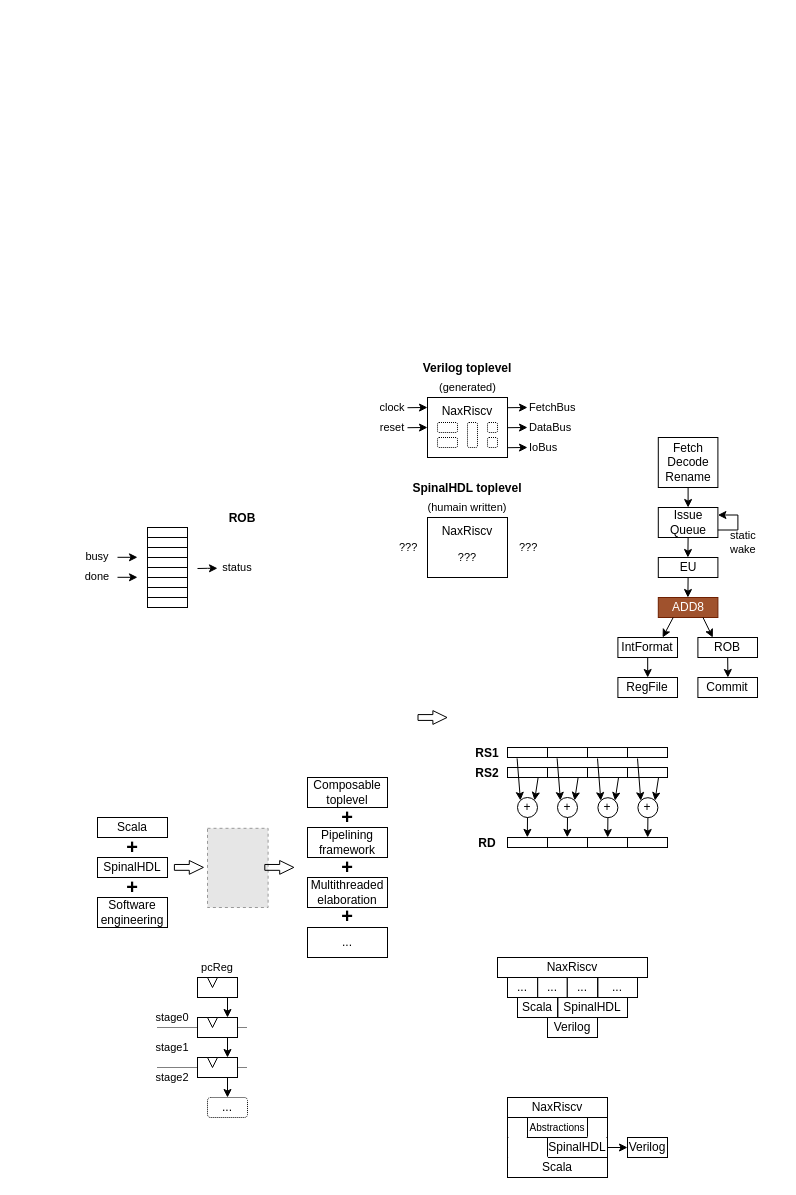
Earlier version of the draw.io diagram page "misc" (10 of 10) of source/asset/miaou.drawio (SpinalHDL/NaxRiscv-Rtd). Source tidied: cells renumbered, new cells numbered last; positions are measured from the earlier drawing's top-left corner, leaving out a move shared by most shapes. Both pictures are drawn from the tidied source at 100%, with x=0, y=0 at pixel (77, 357). Pictures stored in the file or linked from it are replaced by grey dashed boxes.
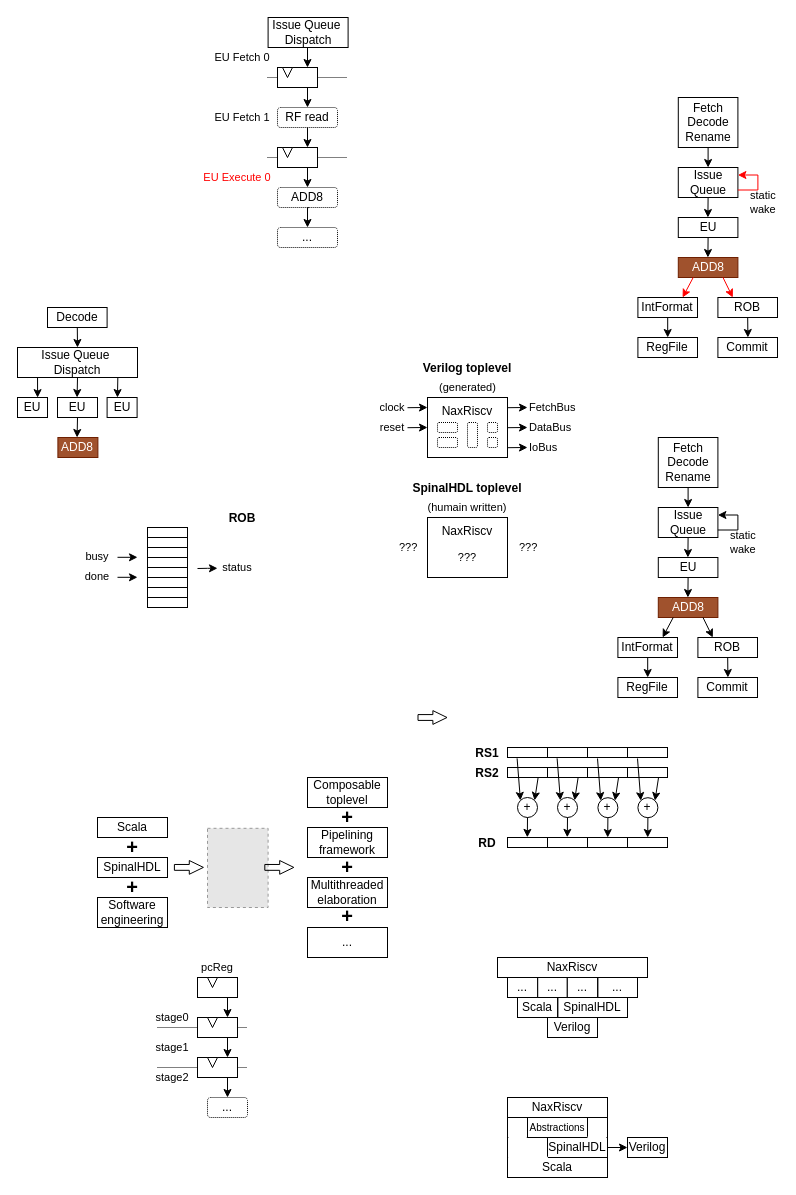
The same page after the edit.

Commit message:
diagram sync

The edit, as a diff of the source:
```diff
@@
+    <mxCell id="146" style="endArrow=none;html=1;rounded=0;dashed=1;dashPattern=1 1;" parent="1" edge="1">
+      <mxGeometry relative="1" as="geometry">
+        <mxPoint x="190" y="-280" as="sourcePoint" />
+        <mxPoint x="270" y="-280" as="targetPoint" />
+      </mxGeometry>
+    </mxCell>
@@
+    <mxCell id="147" value="EU" style="rounded=0;whiteSpace=wrap;html=1;" parent="1" vertex="1">
+      <mxGeometry x="-20" y="40" width="40" height="20" as="geometry" />
+    </mxCell>
+    <mxCell id="148" value="ADD8" style="rounded=0;whiteSpace=wrap;html=1;fillColor=#a0522d;fontColor=#ffffff;strokeColor=#6D1F00;" parent="1" vertex="1">
+      <mxGeometry x="-19.6" y="80" width="40" height="20" as="geometry" />
+    </mxCell>
+    <mxCell id="149" style="edgeStyle=orthogonalEdgeStyle;rounded=0;jettySize=auto;html=1;fontSize=12;startArrow=none;startFill=0;endArrow=classic;endFill=1;exitX=0.5;exitY=1;exitDx=0;exitDy=0;" parent="1" edge="1" source="147">
+      <mxGeometry relative="1" as="geometry">
+        <mxPoint x="-0.4" y="80" as="targetPoint" />
+      </mxGeometry>
+    </mxCell>
+    <mxCell id="150" value="Issue Queue&amp;nbsp; Dispatch" style="rounded=0;whiteSpace=wrap;html=1;" parent="1" vertex="1">
+      <mxGeometry x="-60" y="-10" width="120" height="30" as="geometry" />
+    </mxCell>
+    <mxCell id="151" style="edgeStyle=orthogonalEdgeStyle;rounded=0;jettySize=auto;html=1;fontSize=12;startArrow=none;startFill=0;endArrow=classic;endFill=1;exitX=0.5;exitY=1;exitDx=0;exitDy=0;" parent="1" edge="1" source="150">
+      <mxGeometry relative="1" as="geometry">
+        <mxPoint x="-0.4" y="40" as="targetPoint" />
+      </mxGeometry>
+    </mxCell>
+    <mxCell id="152" value="Decode" style="rounded=0;whiteSpace=wrap;html=1;" parent="1" vertex="1">
+      <mxGeometry x="-30" y="-50" width="59.6" height="20" as="geometry" />
+    </mxCell>
+    <mxCell id="153" style="edgeStyle=orthogonalEdgeStyle;rounded=0;jettySize=auto;html=1;fontSize=12;startArrow=none;startFill=0;endArrow=classic;endFill=1;exitX=0.5;exitY=1;exitDx=0;exitDy=0;entryX=0.5;entryY=0;entryDx=0;entryDy=0;" parent="1" edge="1" source="152" target="150">
+      <mxGeometry relative="1" as="geometry" />
+    </mxCell>
+    <mxCell id="154" value="EU" style="rounded=0;whiteSpace=wrap;html=1;" parent="1" vertex="1">
+      <mxGeometry x="29.6" y="40" width="30" height="20" as="geometry" />
+    </mxCell>
+    <mxCell id="155" value="EU" style="rounded=0;whiteSpace=wrap;html=1;" parent="1" vertex="1">
+      <mxGeometry x="-60" y="40" width="30" height="20" as="geometry" />
+    </mxCell>
+    <mxCell id="156" style="rounded=0;jettySize=auto;html=1;fontSize=12;startArrow=none;startFill=0;endArrow=classic;endFill=1;exitX=0.167;exitY=1.009;exitDx=0;exitDy=0;entryX=0.67;entryY=0.007;entryDx=0;entryDy=0;exitPerimeter=0;entryPerimeter=0;" parent="1" edge="1" source="150" target="155">
+      <mxGeometry relative="1" as="geometry" />
+    </mxCell>
+    <mxCell id="157" style="rounded=0;jettySize=auto;html=1;fontSize=12;startArrow=none;startFill=0;endArrow=classic;endFill=1;exitX=0.836;exitY=1.011;exitDx=0;exitDy=0;entryX=0.345;entryY=0.002;entryDx=0;entryDy=0;exitPerimeter=0;entryPerimeter=0;" parent="1" edge="1" source="150" target="154">
+      <mxGeometry relative="1" as="geometry" />
+    </mxCell>
+    <mxCell id="158" value="EU" style="rounded=0;whiteSpace=wrap;html=1;" parent="1" vertex="1">
+      <mxGeometry x="600.8" y="-140" width="59.6" height="20" as="geometry" />
+    </mxCell>
+    <mxCell id="159" value="ADD8" style="rounded=0;whiteSpace=wrap;html=1;fillColor=#a0522d;fontColor=#ffffff;strokeColor=#6D1F00;" parent="1" vertex="1">
+      <mxGeometry x="600.8" y="-100" width="59.6" height="20" as="geometry" />
+    </mxCell>
+    <mxCell id="160" value="IntFormat" style="rounded=0;whiteSpace=wrap;html=1;" parent="1" vertex="1">
+      <mxGeometry x="560.4" y="-60" width="59.6" height="20" as="geometry" />
+    </mxCell>
+    <mxCell id="161" style="edgeStyle=orthogonalEdgeStyle;rounded=0;jettySize=auto;html=1;fontSize=12;startArrow=none;startFill=0;endArrow=classic;endFill=1;exitX=0.5;exitY=1;exitDx=0;exitDy=0;" parent="1" edge="1" source="158">
+      <mxGeometry relative="1" as="geometry">
+        <mxPoint x="630.4" y="-100" as="targetPoint" />
+      </mxGeometry>
+    </mxCell>
+    <mxCell id="162" style="rounded=0;jettySize=auto;html=1;fontSize=12;startArrow=none;startFill=0;endArrow=classic;endFill=1;exitX=0.25;exitY=1;exitDx=0;exitDy=0;entryX=0.75;entryY=0;entryDx=0;entryDy=0;strokeColor=#FF0000;" parent="1" edge="1" source="159" target="160">
+      <mxGeometry relative="1" as="geometry" />
+    </mxCell>
+    <mxCell id="163" value="RegFile" style="rounded=0;whiteSpace=wrap;html=1;" parent="1" vertex="1">
+      <mxGeometry x="560.4" y="-20" width="59.6" height="20" as="geometry" />
+    </mxCell>
+    <mxCell id="164" style="edgeStyle=orthogonalEdgeStyle;rounded=0;orthogonalLoop=1;jettySize=auto;html=1;fontSize=12;startArrow=none;startFill=0;endArrow=classic;endFill=1;exitX=0.5;exitY=1;exitDx=0;exitDy=0;entryX=0.5;entryY=0;entryDx=0;entryDy=0;" parent="1" edge="1">
+      <mxGeometry relative="1" as="geometry">
+        <mxPoint x="590.2" y="-40" as="sourcePoint" />
+        <mxPoint x="590.2" y="-20" as="targetPoint" />
+      </mxGeometry>
+    </mxCell>
+    <mxCell id="165" value="Issue Queue" style="rounded=0;whiteSpace=wrap;html=1;" parent="1" vertex="1">
+      <mxGeometry x="600.8" y="-190" width="59.6" height="30" as="geometry" />
+    </mxCell>
+    <mxCell id="166" style="edgeStyle=orthogonalEdgeStyle;rounded=0;jettySize=auto;html=1;fontSize=12;startArrow=none;startFill=0;endArrow=classic;endFill=1;exitX=0.5;exitY=1;exitDx=0;exitDy=0;" parent="1" edge="1" source="165">
+      <mxGeometry relative="1" as="geometry">
+        <mxPoint x="630.4" y="-140" as="targetPoint" />
+      </mxGeometry>
+    </mxCell>
+    <mxCell id="167" style="edgeStyle=elbowEdgeStyle;rounded=0;orthogonalLoop=1;jettySize=auto;html=1;fontSize=12;startArrow=none;startFill=0;endArrow=classic;endFill=1;exitX=1;exitY=0.75;exitDx=0;exitDy=0;entryX=1;entryY=0.25;entryDx=0;entryDy=0;strokeColor=#FF0000;" parent="1" edge="1" source="165" target="165">
+      <mxGeometry relative="1" as="geometry">
+        <Array as="points">
+          <mxPoint x="680.4" y="-175" />
+          <mxPoint x="680.4" y="-175" />
+        </Array>
+      </mxGeometry>
+    </mxCell>
+    <mxCell id="168" value="ROB" style="rounded=0;whiteSpace=wrap;html=1;" parent="1" vertex="1">
+      <mxGeometry x="640.4" y="-60" width="59.6" height="20" as="geometry" />
+    </mxCell>
+    <mxCell id="169" value="Commit" style="rounded=0;whiteSpace=wrap;html=1;" parent="1" vertex="1">
+      <mxGeometry x="640.4" y="-20" width="59.6" height="20" as="geometry" />
+    </mxCell>
+    <mxCell id="170" style="rounded=0;jettySize=auto;html=1;fontSize=12;startArrow=none;startFill=0;endArrow=classic;endFill=1;exitX=0.75;exitY=1;exitDx=0;exitDy=0;entryX=0.25;entryY=0;entryDx=0;entryDy=0;strokeColor=#FF0000;" parent="1" edge="1" source="159" target="168">
+      <mxGeometry relative="1" as="geometry" />
+    </mxCell>
+    <mxCell id="171" style="edgeStyle=orthogonalEdgeStyle;rounded=0;jettySize=auto;html=1;fontSize=12;startArrow=none;startFill=0;endArrow=classic;endFill=1;exitX=0.5;exitY=1;exitDx=0;exitDy=0;" parent="1" edge="1" source="168">
+      <mxGeometry relative="1" as="geometry">
+        <mxPoint x="670.4" y="-20" as="targetPoint" />
+      </mxGeometry>
+    </mxCell>
+    <mxCell id="172" value="static wake" style="text;html=1;strokeColor=none;fillColor=none;align=left;verticalAlign=middle;whiteSpace=wrap;rounded=0;dashed=1;dashPattern=1 1;labelBackgroundColor=none;fontSize=11;" parent="1" vertex="1">
+      <mxGeometry x="670.8" y="-165" width="30" height="20" as="geometry" />
+    </mxCell>
+    <mxCell id="173" value="Fetch&lt;br&gt;Decode Rename" style="rounded=0;whiteSpace=wrap;html=1;" parent="1" vertex="1">
+      <mxGeometry x="600.8" y="-260" width="59.6" height="50" as="geometry" />
+    </mxCell>
+    <mxCell id="174" style="edgeStyle=orthogonalEdgeStyle;rounded=0;jettySize=auto;html=1;fontSize=12;startArrow=none;startFill=0;endArrow=classic;endFill=1;exitX=0.5;exitY=1;exitDx=0;exitDy=0;entryX=0.5;entryY=0;entryDx=0;entryDy=0;" parent="1" edge="1" source="173" target="165">
+      <mxGeometry relative="1" as="geometry" />
+    </mxCell>
+    <mxCell id="175" style="group;" parent="1" vertex="1">
+      <mxGeometry x="200" y="-290" width="40" height="20" as="geometry" />
+    </mxCell>
+    <mxCell id="176" style="rounded=0;whiteSpace=wrap;html=1;" parent="175" vertex="1">
+      <mxGeometry width="40" height="20" as="geometry" />
+    </mxCell>
+    <mxCell id="177" style="triangle;whiteSpace=wrap;html=1;rotation=90;" parent="175" vertex="1">
+      <mxGeometry x="5" width="10" height="10" as="geometry" />
+    </mxCell>
+    <mxCell id="178" value="EU Fetch 0" style="text;html=1;strokeColor=none;fillColor=none;align=center;verticalAlign=middle;whiteSpace=wrap;rounded=0;dashed=1;dashPattern=1 1;labelBackgroundColor=none;fontSize=11;" parent="1" vertex="1">
+      <mxGeometry x="130" y="-310" width="70" height="20" as="geometry" />
+    </mxCell>
+    <mxCell id="179" value="Issue Queue&amp;nbsp; Dispatch" style="rounded=0;whiteSpace=wrap;html=1;" parent="1" vertex="1">
+      <mxGeometry x="190.6" y="-340" width="80" height="30" as="geometry" />
+    </mxCell>
+    <mxCell id="180" style="edgeStyle=orthogonalEdgeStyle;rounded=0;jettySize=auto;html=1;fontSize=12;startArrow=none;startFill=0;endArrow=classic;endFill=1;entryX=0.75;entryY=0;entryDx=0;entryDy=0;" parent="1" edge="1" target="176">
+      <mxGeometry relative="1" as="geometry">
+        <mxPoint x="230" y="-310" as="sourcePoint" />
+      </mxGeometry>
+    </mxCell>
+    <mxCell id="181" value="&lt;span style=&quot;font-size: 12px&quot;&gt;RF read&lt;/span&gt;" style="rounded=1;whiteSpace=wrap;html=1;fontSize=8;strokeWidth=1;dashed=1;dashPattern=1 1;" parent="1" vertex="1">
+      <mxGeometry x="200" y="-250" width="60" height="20" as="geometry" />
+    </mxCell>
+    <mxCell id="182" style="edgeStyle=orthogonalEdgeStyle;rounded=0;jettySize=auto;html=1;fontSize=12;startArrow=none;startFill=0;endArrow=classic;endFill=1;entryX=0.5;entryY=0;entryDx=0;entryDy=0;exitX=0.75;exitY=1;exitDx=0;exitDy=0;" parent="1" edge="1" source="176" target="181">
+      <mxGeometry relative="1" as="geometry" />
+    </mxCell>
+    <mxCell id="183" style="endArrow=none;html=1;rounded=0;dashed=1;dashPattern=1 1;" parent="1" edge="1">
+      <mxGeometry relative="1" as="geometry">
+        <mxPoint x="190" y="-200" as="sourcePoint" />
+        <mxPoint x="270" y="-200" as="targetPoint" />
+      </mxGeometry>
+    </mxCell>
+    <mxCell id="184" style="group;" parent="1" vertex="1">
+      <mxGeometry x="200" y="-210" width="40" height="20" as="geometry" />
+    </mxCell>
+    <mxCell id="185" style="rounded=0;whiteSpace=wrap;html=1;" parent="184" vertex="1">
+      <mxGeometry width="40" height="20" as="geometry" />
+    </mxCell>
+    <mxCell id="186" style="triangle;whiteSpace=wrap;html=1;rotation=90;" parent="184" vertex="1">
+      <mxGeometry x="5" width="10" height="10" as="geometry" />
+    </mxCell>
+    <mxCell id="187" value="EU Fetch 1" style="text;html=1;strokeColor=none;fillColor=none;align=center;verticalAlign=middle;whiteSpace=wrap;rounded=0;dashed=1;dashPattern=1 1;labelBackgroundColor=none;fontSize=11;" parent="1" vertex="1">
+      <mxGeometry x="130" y="-250" width="70" height="20" as="geometry" />
+    </mxCell>
+    <mxCell id="188" style="edgeStyle=orthogonalEdgeStyle;rounded=0;jettySize=auto;html=1;fontSize=12;startArrow=none;startFill=0;endArrow=classic;endFill=1;entryX=0.75;entryY=0;entryDx=0;entryDy=0;" parent="1" edge="1" target="185">
+      <mxGeometry relative="1" as="geometry">
+        <mxPoint x="230" y="-230" as="sourcePoint" />
+      </mxGeometry>
+    </mxCell>
+    <mxCell id="189" value="&lt;span style=&quot;font-size: 12px&quot;&gt;ADD8&lt;/span&gt;" style="rounded=1;whiteSpace=wrap;html=1;fontSize=8;strokeWidth=1;dashed=1;dashPattern=1 1;" parent="1" vertex="1">
+      <mxGeometry x="200" y="-170" width="60" height="20" as="geometry" />
+    </mxCell>
+    <mxCell id="190" style="edgeStyle=orthogonalEdgeStyle;rounded=0;jettySize=auto;html=1;fontSize=12;startArrow=none;startFill=0;endArrow=classic;endFill=1;entryX=0.5;entryY=0;entryDx=0;entryDy=0;exitX=0.75;exitY=1;exitDx=0;exitDy=0;" parent="1" edge="1" source="185" target="189">
+      <mxGeometry relative="1" as="geometry" />
+    </mxCell>
+    <mxCell id="191" value="EU Execute 0" style="text;html=1;strokeColor=none;fillColor=none;align=center;verticalAlign=middle;whiteSpace=wrap;rounded=0;dashed=1;dashPattern=1 1;labelBackgroundColor=none;fontSize=11;fontColor=#FF0000;" parent="1" vertex="1">
+      <mxGeometry x="120" y="-190" width="80" height="20" as="geometry" />
+    </mxCell>
+    <mxCell id="192" style="edgeStyle=orthogonalEdgeStyle;rounded=0;jettySize=auto;html=1;fontSize=12;startArrow=none;startFill=0;endArrow=classic;endFill=1;exitX=0.524;exitY=1.006;exitDx=0;exitDy=0;exitPerimeter=0;" parent="1" edge="1" source="189">
+      <mxGeometry relative="1" as="geometry">
+        <mxPoint x="230" y="-130" as="targetPoint" />
+      </mxGeometry>
+    </mxCell>
+    <mxCell id="193" value="&lt;span style=&quot;font-size: 12px&quot;&gt;...&lt;/span&gt;" style="rounded=1;whiteSpace=wrap;html=1;fontSize=8;strokeWidth=1;dashed=1;dashPattern=1 1;" parent="1" vertex="1">
+      <mxGeometry x="200" y="-130" width="60" height="20" as="geometry" />
+    </mxCell>
```
